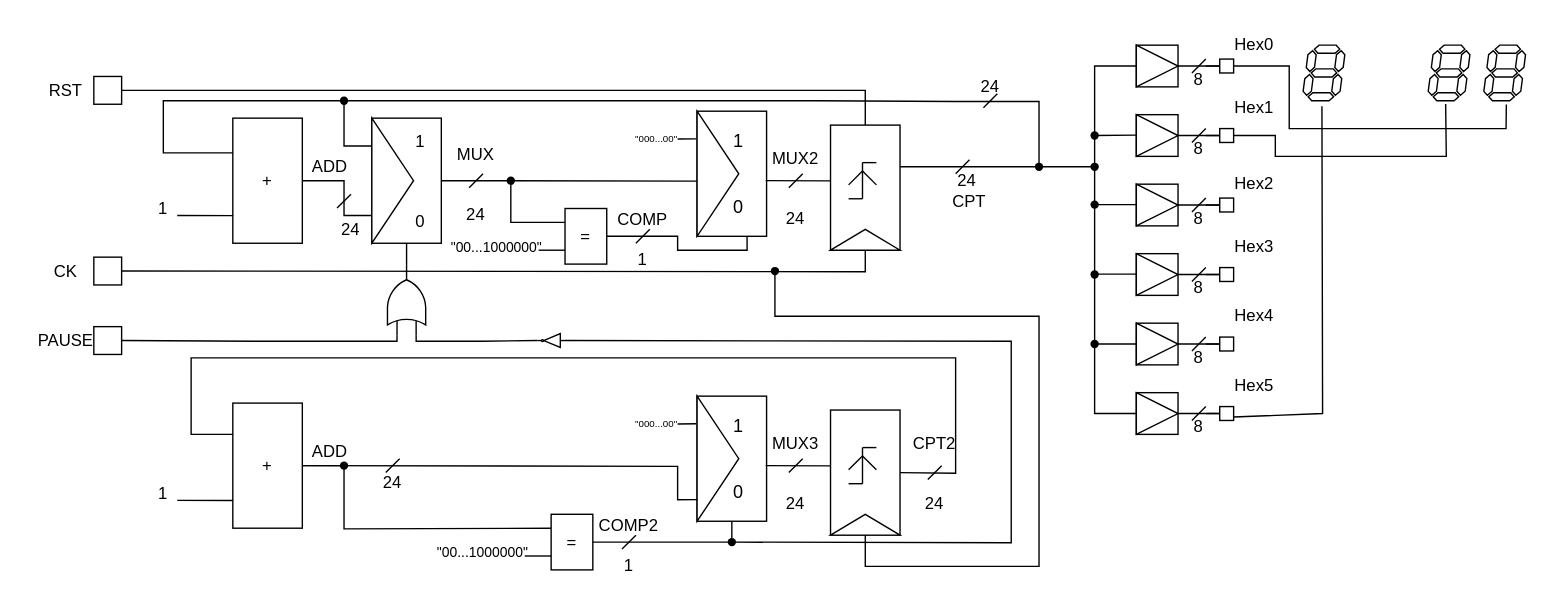
Earlier version of the draw.io diagram CPT24SEC.drawio (negans-soyez/VHDL). Source tidied: cells renumbered, new cells numbered last; positions are measured from the earlier drawing's top-left corner, leaving out a move shared by most shapes. Both pictures are drawn from the tidied source at 139%, with x=0, y=0 at pixel (24, 24).
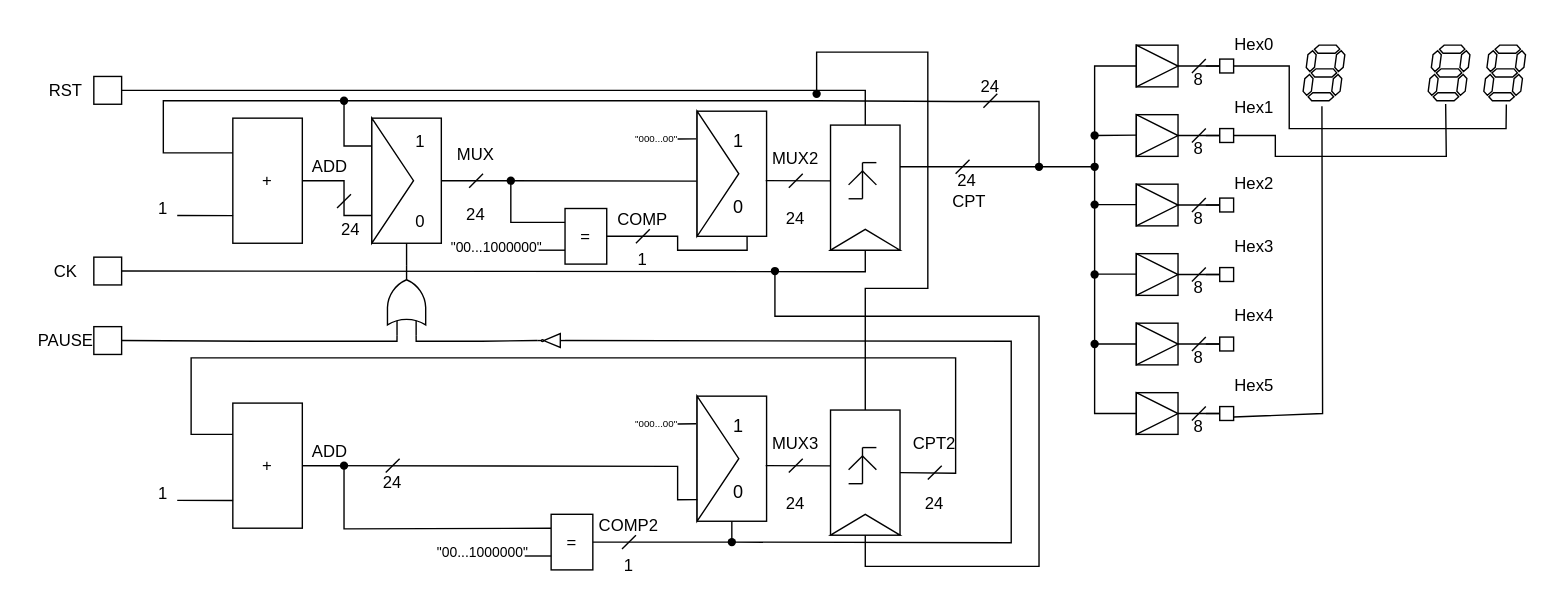
After the change.

Commit message:
Mettre à jour CPT24SEC.drawio

Unchanged cells that the change refers to:
```xml
<mxCell id="125" style="rounded=0;whiteSpace=wrap;html=1;rotation=-90;" parent="1" vertex="1">
  <mxGeometry x="560" y="297.5" width="90" height="50" as="geometry" />
</mxCell>
```

Change to the diagram source:
```diff
@@
+    <mxCell id="172" style="endArrow=none;html=1;rounded=0;exitX=1;exitY=0.5;exitDx=0;exitDy=0;" parent="1" edge="1" source="125" target="173">
+      <mxGeometry relative="1" as="geometry">
+        <Array as="points">
+          <mxPoint x="605" y="190" />
+          <mxPoint x="650" y="190" />
+          <mxPoint x="650" y="20" />
+          <mxPoint x="570" y="20" />
+        </Array>
+      </mxGeometry>
+    </mxCell>
+    <mxCell id="173" style="shape=waypoint;sketch=0;fillStyle=solid;size=6;points=[];fillColor=none;perimeter=centerPerimeter;snapToPoint=1;" parent="1" vertex="1">
+      <mxGeometry x="560" y="40" width="20" height="20" as="geometry" />
+    </mxCell>
```
